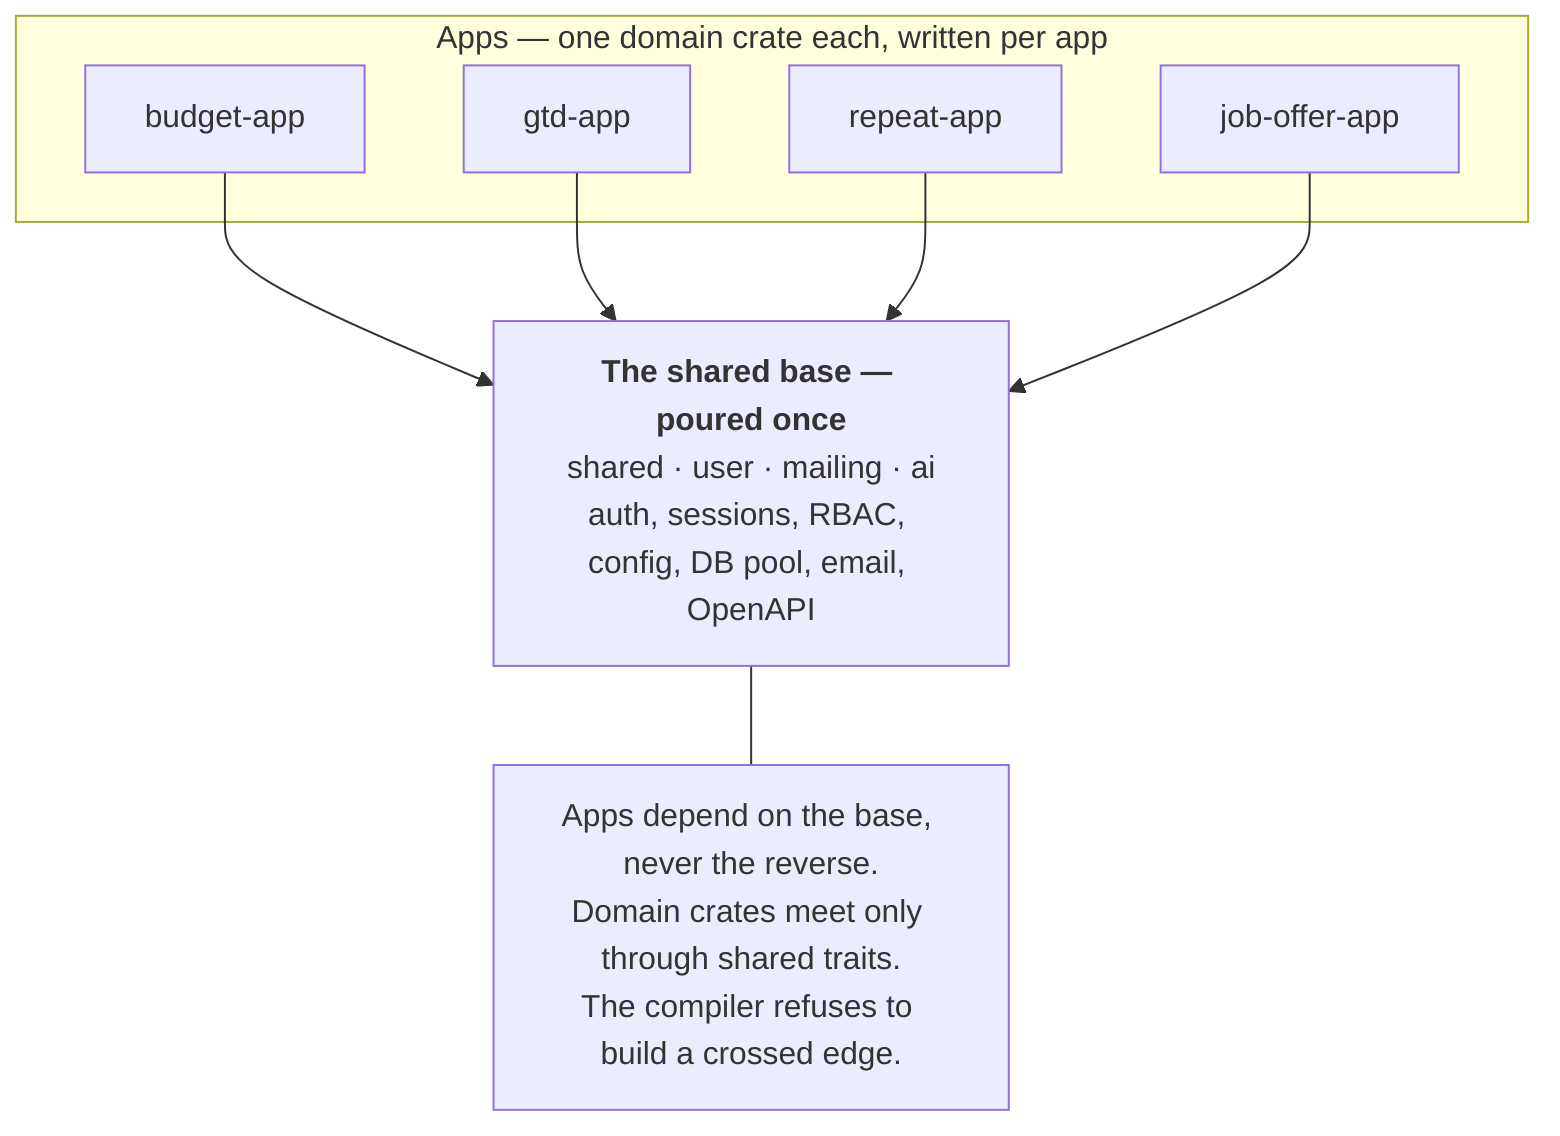
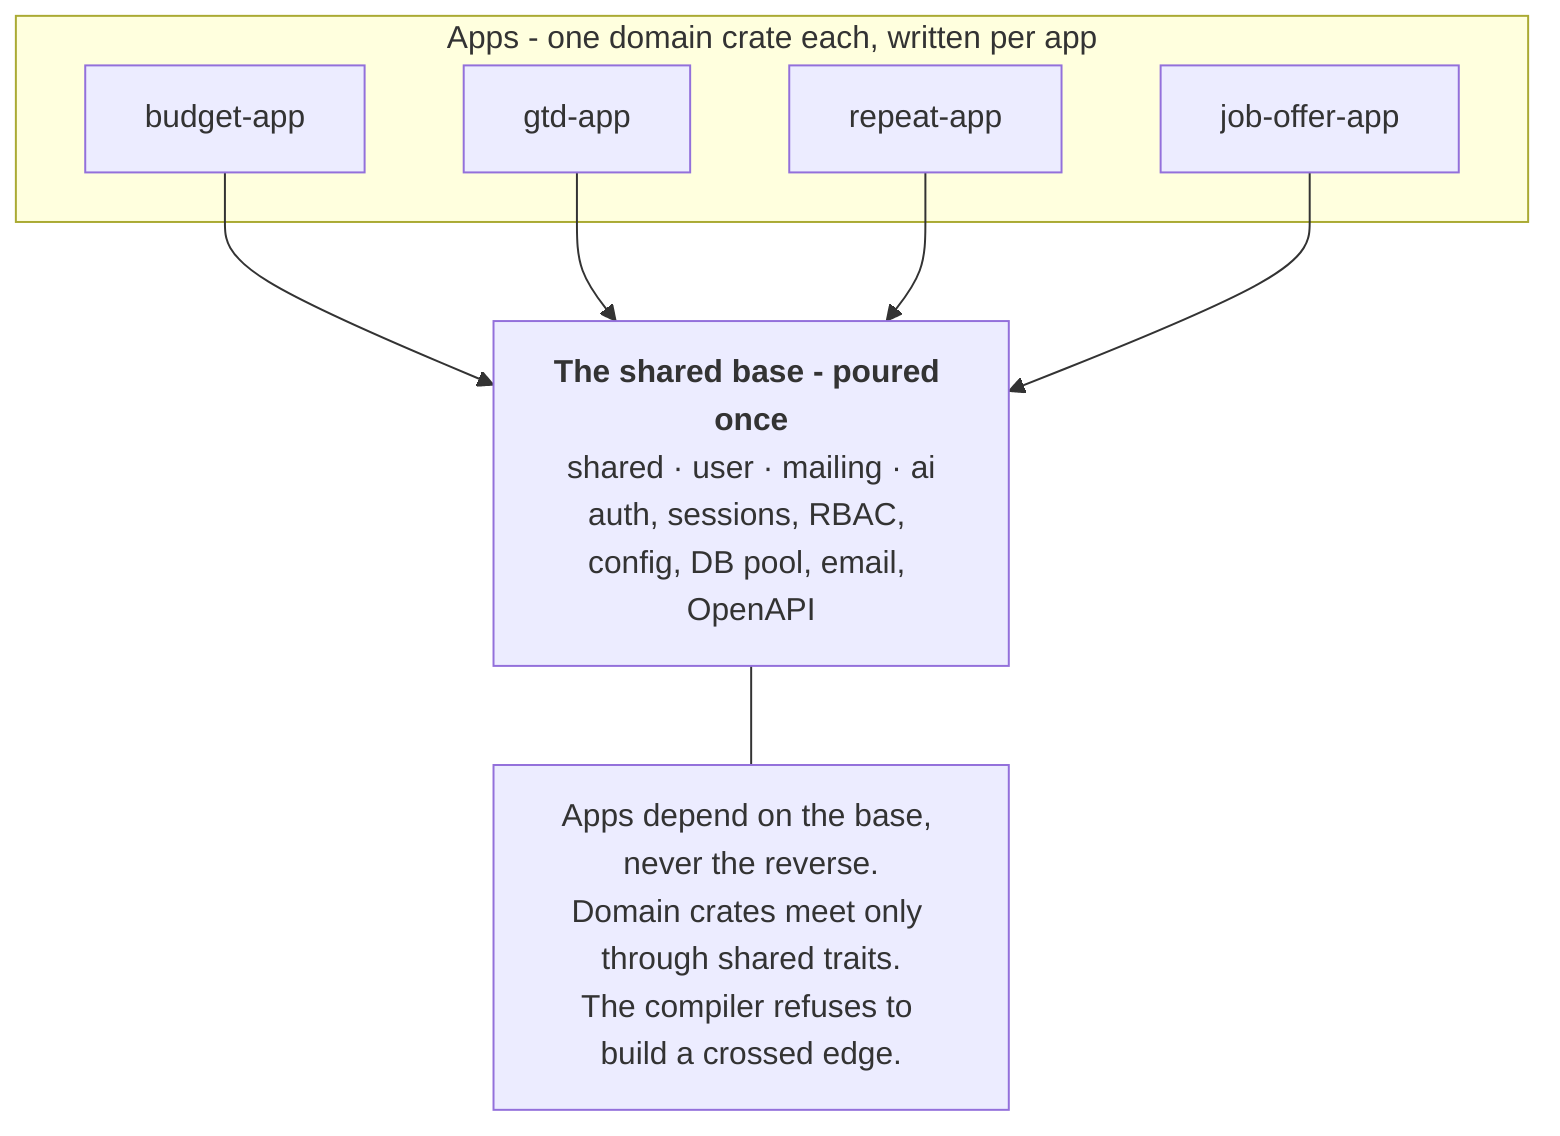
flowchart TB
-   subgraph apps["Apps — one domain crate each, written per app"]
+   subgraph apps["Apps - one domain crate each, written per app"]
    A["budget-app"]
    B["gtd-app"]
    C["repeat-app"]
    D["job-offer-app"]
  end
-   base["<b>The shared base — poured once</b><br/>shared · user · mailing · ai<br/>auth, sessions, RBAC, config, DB pool, email, OpenAPI"]
+   base["<b>The shared base - poured once</b><br/>shared · user · mailing · ai<br/>auth, sessions, RBAC, config, DB pool, email, OpenAPI"]
  A --> base
  B --> base
  C --> base
  D --> base
  rule["Apps depend on the base, never the reverse.<br/>Domain crates meet only through shared traits.<br/>The compiler refuses to build a crossed edge."]
  base --- rule

  %% Roles only. Colours are resolved per theme (light + dark) by
-   %% scripts/prerender-mermaid.ts — the diagram presentation seam. Do not add
+   %% scripts/prerender-mermaid.ts - the diagram presentation seam. Do not add
  %% classDef/style colour literals here; a role with no palette entry throws.
  class A,B,C,D build
  class base plan
  class rule verify
